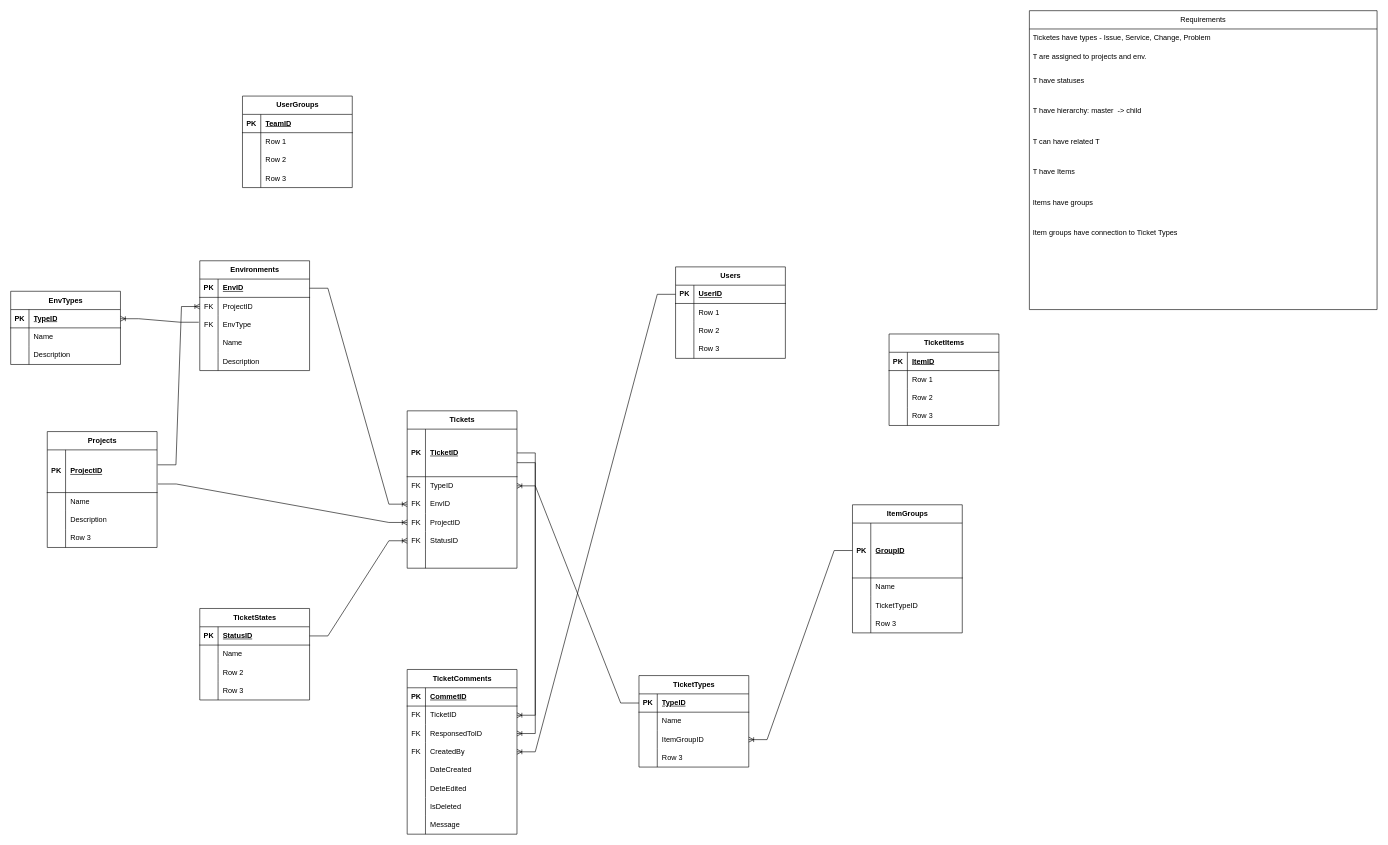
Before: Doc/Entity diagram.drawio in pawel-kokoszka/TicketTracker, a draw.io diagram. Source tidied: cells renumbered, new cells numbered last; positions are measured from the earlier drawing's top-left corner, leaving out a move shared by most shapes. Both pictures are drawn from the tidied source at 61%, with x=0, y=0 at pixel (10, 10).
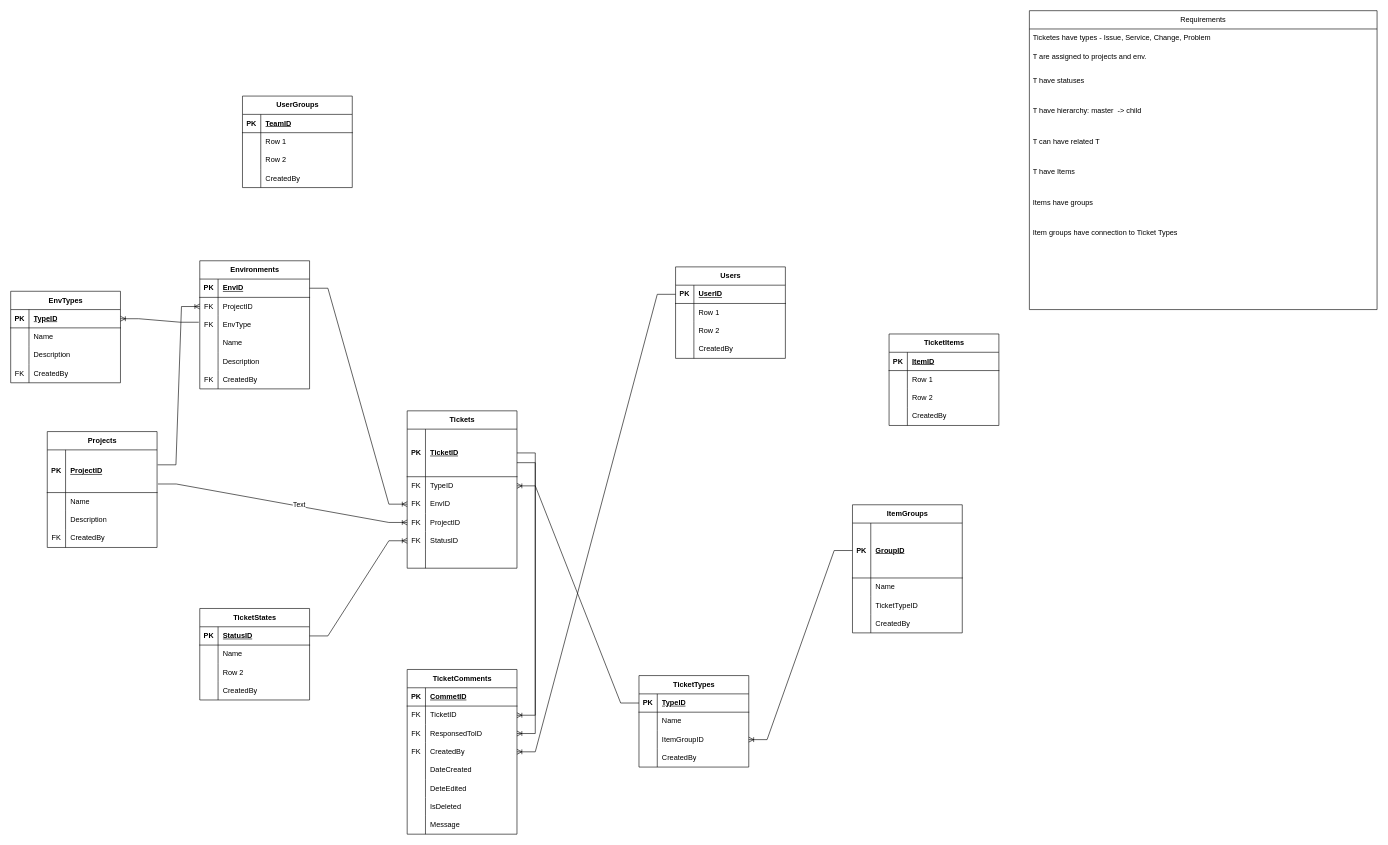
After the change.

Commit message (it also covers changes not shown here):
Entity diagram - Added CreatedBy fields

Added CreatedBy field in relevant tabels

Unchanged cells that the change refers to:
```xml
<mxCell id="12" style="shape=tableRow;horizontal=0;startSize=0;swimlaneHead=0;swimlaneBody=0;fillColor=none;top=0;left=0;right=0;bottom=0;" parent="2" vertex="1">
  <mxGeometry y="160" width="180" height="30" as="geometry" />
</mxCell>
<mxCell id="60" style="shape=tableRow;horizontal=0;startSize=0;swimlaneHead=0;swimlaneBody=0;fillColor=none;top=0;left=0;right=0;bottom=0;" parent="50" vertex="1">
  <mxGeometry y="120" width="180" height="30" as="geometry" />
</mxCell>
<mxCell id="73" style="shape=tableRow;horizontal=0;startSize=0;swimlaneHead=0;swimlaneBody=0;fillColor=none;top=0;left=0;right=0;bottom=0;" parent="63" vertex="1">
  <mxGeometry y="120" width="180" height="30" as="geometry" />
</mxCell>
<mxCell id="86" style="shape=tableRow;horizontal=0;startSize=0;swimlaneHead=0;swimlaneBody=0;fillColor=none;top=0;left=0;right=0;bottom=0;" parent="76" vertex="1">
  <mxGeometry y="120" width="180" height="30" as="geometry" />
</mxCell>
<mxCell id="99" style="shape=tableRow;horizontal=0;startSize=0;swimlaneHead=0;swimlaneBody=0;fillColor=none;top=0;left=0;right=0;bottom=0;" parent="89" vertex="1">
  <mxGeometry y="120" width="180" height="30" as="geometry" />
</mxCell>
<mxCell id="148" style="shape=tableRow;horizontal=0;startSize=0;swimlaneHead=0;swimlaneBody=0;fillColor=none;top=0;left=0;right=0;bottom=0;" parent="138" vertex="1">
  <mxGeometry y="120" width="180" height="30" as="geometry" />
</mxCell>
<mxCell id="161" style="shape=tableRow;horizontal=0;startSize=0;swimlaneHead=0;swimlaneBody=0;fillColor=none;top=0;left=0;right=0;bottom=0;" parent="151" vertex="1">
  <mxGeometry y="180" width="180" height="30" as="geometry" />
</mxCell>
<mxCell id="170" style="edgeStyle=entityRelationEdgeStyle;fontSize=12;html=1;endArrow=ERoneToMany;rounded=0;exitX=1.008;exitY=0.799;exitDx=0;exitDy=0;exitPerimeter=0;entryX=0;entryY=0.5;entryDx=0;entryDy=0;" parent="1" edge="1" source="3" target="41">
  <mxGeometry relative="1" as="geometry" />
</mxCell>
```

Diff of the diagram source:
```diff
@@
-    <mxCell id="13" style="shape=partialRectangle;fillColor=none;top=0;left=0;bottom=0;right=0;overflow=hidden;whiteSpace=wrap;html=1;" parent="12" vertex="1">
+    <mxCell id="13" value="FK" style="shape=partialRectangle;fillColor=none;top=0;left=0;bottom=0;right=0;overflow=hidden;whiteSpace=wrap;html=1;" parent="12" vertex="1">
       <mxGeometry width="30" height="30" as="geometry" />
     </mxCell>
-    <mxCell id="14" value="Row 3" style="shape=partialRectangle;fillColor=none;top=0;left=0;bottom=0;right=0;align=left;spacingLeft=6;overflow=hidden;whiteSpace=wrap;html=1;" parent="12" vertex="1">
+    <mxCell id="14" value="CreatedBy" style="shape=partialRectangle;fillColor=none;top=0;left=0;bottom=0;right=0;align=left;spacingLeft=6;overflow=hidden;whiteSpace=wrap;html=1;" parent="12" vertex="1">
       <mxGeometry x="30" width="150" height="30" as="geometry" />
     </mxCell>
     <mxCell id="15" value="Environments" style="shape=table;startSize=30;childLayout=tableLayout;rowLines=0;fontStyle=1;align=center;html=1;" parent="1" vertex="1">
-      <mxGeometry x="310" y="410" width="180" height="180" as="geometry" />
+      <mxGeometry x="310" y="410" width="180" height="210" as="geometry" />
     </mxCell>
@@
+    <mxCell id="184" style="shape=tableRow;horizontal=0;startSize=0;swimlaneHead=0;swimlaneBody=0;fillColor=none;top=0;left=0;right=0;bottom=0;" parent="15" vertex="1">
+      <mxGeometry y="180" width="180" height="30" as="geometry" />
+    </mxCell>
+    <mxCell id="185" value="FK" style="shape=partialRectangle;fillColor=none;top=0;left=0;bottom=0;right=0;overflow=hidden;whiteSpace=wrap;html=1;" parent="184" vertex="1">
+      <mxGeometry width="30" height="30" as="geometry" />
+    </mxCell>
+    <mxCell id="186" value="CreatedBy" style="shape=partialRectangle;fillColor=none;top=0;left=0;bottom=0;right=0;align=left;spacingLeft=6;overflow=hidden;whiteSpace=wrap;html=1;" parent="184" vertex="1">
+      <mxGeometry x="30" width="150" height="30" as="geometry" />
+    </mxCell>
@@
-    <mxCell id="62" value="Row 3" style="shape=partialRectangle;fillColor=none;top=0;left=0;bottom=0;right=0;align=left;spacingLeft=6;overflow=hidden;whiteSpace=wrap;html=1;" parent="60" vertex="1">
+    <mxCell id="62" value="CreatedBy" style="shape=partialRectangle;fillColor=none;top=0;left=0;bottom=0;right=0;align=left;spacingLeft=6;overflow=hidden;whiteSpace=wrap;html=1;" parent="60" vertex="1">
       <mxGeometry x="30" width="150" height="30" as="geometry" />
     </mxCell>
@@
-    <mxCell id="75" value="Row 3" style="shape=partialRectangle;fillColor=none;top=0;left=0;bottom=0;right=0;align=left;spacingLeft=6;overflow=hidden;whiteSpace=wrap;html=1;" parent="73" vertex="1">
+    <mxCell id="75" value="CreatedBy" style="shape=partialRectangle;fillColor=none;top=0;left=0;bottom=0;right=0;align=left;spacingLeft=6;overflow=hidden;whiteSpace=wrap;html=1;" parent="73" vertex="1">
       <mxGeometry x="30" width="150" height="30" as="geometry" />
     </mxCell>
@@
-    <mxCell id="88" value="Row 3" style="shape=partialRectangle;fillColor=none;top=0;left=0;bottom=0;right=0;align=left;spacingLeft=6;overflow=hidden;whiteSpace=wrap;html=1;" parent="86" vertex="1">
+    <mxCell id="88" value="CreatedBy" style="shape=partialRectangle;fillColor=none;top=0;left=0;bottom=0;right=0;align=left;spacingLeft=6;overflow=hidden;whiteSpace=wrap;html=1;" parent="86" vertex="1">
       <mxGeometry x="30" width="150" height="30" as="geometry" />
     </mxCell>
@@
-    <mxCell id="101" value="Row 3" style="shape=partialRectangle;fillColor=none;top=0;left=0;bottom=0;right=0;align=left;spacingLeft=6;overflow=hidden;whiteSpace=wrap;html=1;" parent="99" vertex="1">
+    <mxCell id="101" value="CreatedBy" style="shape=partialRectangle;fillColor=none;top=0;left=0;bottom=0;right=0;align=left;spacingLeft=6;overflow=hidden;whiteSpace=wrap;html=1;" parent="99" vertex="1">
       <mxGeometry x="30" width="150" height="30" as="geometry" />
     </mxCell>
@@
-    <mxCell id="150" value="Row 3" style="shape=partialRectangle;fillColor=none;top=0;left=0;bottom=0;right=0;align=left;spacingLeft=6;overflow=hidden;whiteSpace=wrap;html=1;" parent="148" vertex="1">
+    <mxCell id="150" value="CreatedBy" style="shape=partialRectangle;fillColor=none;top=0;left=0;bottom=0;right=0;align=left;spacingLeft=6;overflow=hidden;whiteSpace=wrap;html=1;" parent="148" vertex="1">
       <mxGeometry x="30" width="150" height="30" as="geometry" />
     </mxCell>
@@
-    <mxCell id="163" value="Row 3" style="shape=partialRectangle;fillColor=none;top=0;left=0;bottom=0;right=0;align=left;spacingLeft=6;overflow=hidden;whiteSpace=wrap;html=1;" parent="161" vertex="1">
+    <mxCell id="163" value="CreatedBy" style="shape=partialRectangle;fillColor=none;top=0;left=0;bottom=0;right=0;align=left;spacingLeft=6;overflow=hidden;whiteSpace=wrap;html=1;" parent="161" vertex="1">
       <mxGeometry x="30" width="150" height="30" as="geometry" />
     </mxCell>
@@
+    <mxCell id="187" value="Text" style="edgeLabel;html=1;align=center;verticalAlign=middle;" parent="170" vertex="1">
+      <mxGeometry x="0.13" y="3" relative="1" as="geometry" />
+    </mxCell>
     <mxCell id="171" value="EnvTypes" style="shape=table;startSize=30;childLayout=tableLayout;rowLines=0;fontStyle=1;align=center;html=1;" parent="1" vertex="1">
-      <mxGeometry y="460" width="180" height="120" as="geometry" />
+      <mxGeometry y="460" width="180" height="150" as="geometry" />
     </mxCell>
@@
+    <mxCell id="188" style="shape=tableRow;horizontal=0;startSize=0;swimlaneHead=0;swimlaneBody=0;fillColor=none;top=0;left=0;right=0;bottom=0;" parent="171" vertex="1">
+      <mxGeometry y="120" width="180" height="30" as="geometry" />
+    </mxCell>
+    <mxCell id="189" value="FK" style="shape=partialRectangle;fillColor=none;top=0;left=0;bottom=0;right=0;overflow=hidden;whiteSpace=wrap;html=1;" parent="188" vertex="1">
+      <mxGeometry width="30" height="30" as="geometry" />
+    </mxCell>
+    <mxCell id="190" value="CreatedBy" style="shape=partialRectangle;fillColor=none;top=0;left=0;bottom=0;right=0;align=left;spacingLeft=6;overflow=hidden;whiteSpace=wrap;html=1;" parent="188" vertex="1">
+      <mxGeometry x="30" width="150" height="30" as="geometry" />
+    </mxCell>
```
